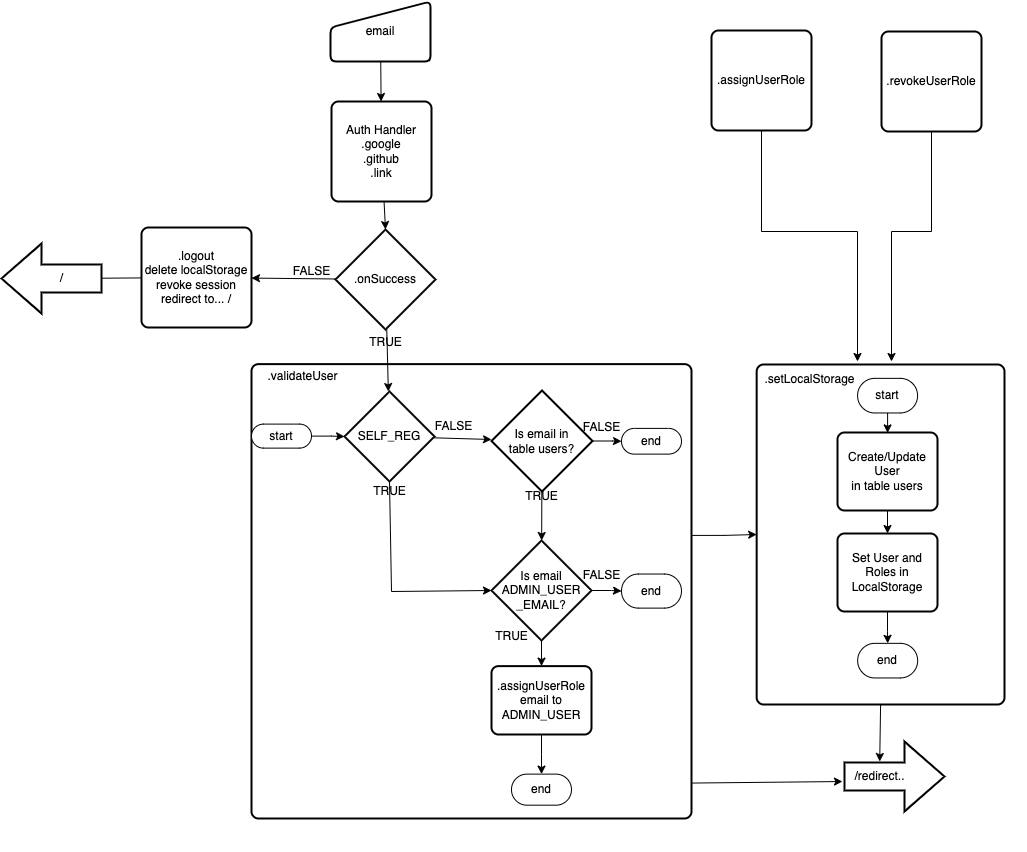
Earlier version of the draw.io export assets/Auth Flows-Auth Process Flow.drawio.png (ctdh/sst-sveltekit-starter). Source tidied: cells renumbered, new cells last; positions are measured from the earlier drawing's top-left corner, leaving out a move shared by most shapes.
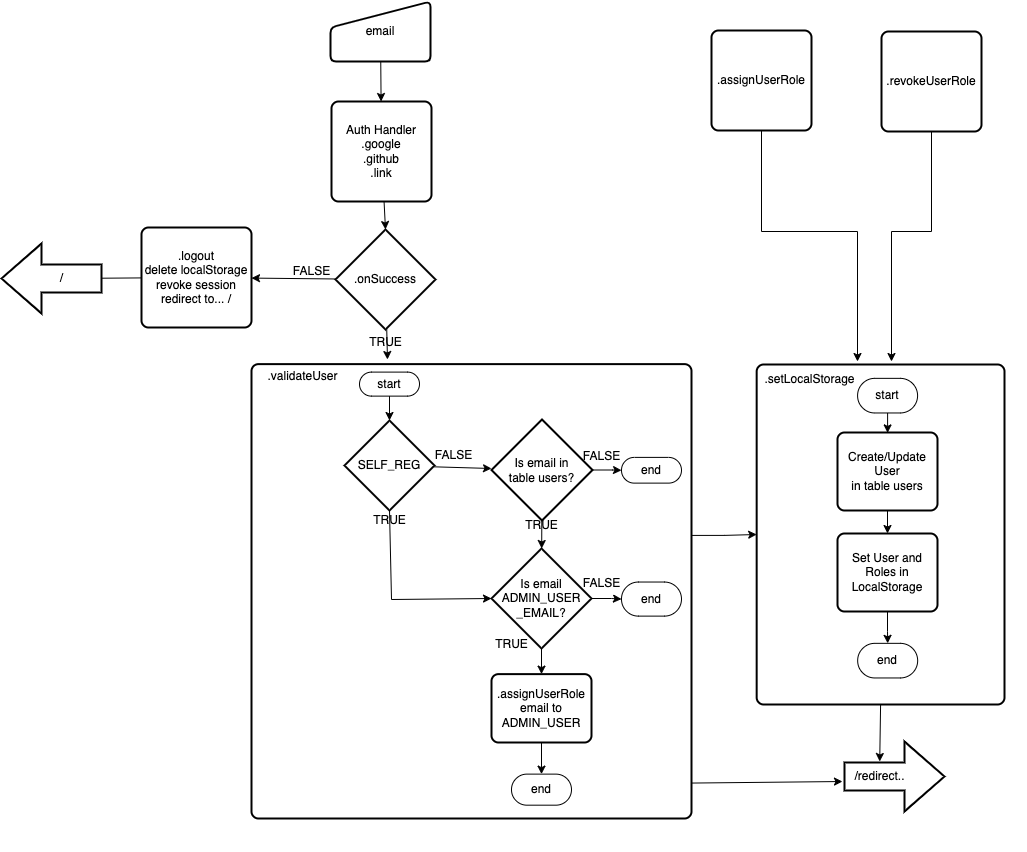
The same diagram one commit later.

Commit message:
chore: update auth flows with assign revoke

Diff of the diagram source:
```diff
@@ -30,37 +30,37 @@
       <mxGeometry x="6" y="17" width="90" height="30" as="geometry" />
     </mxCell>
     <mxCell id="11" value="TRUE" style="text;html=1;align=center;verticalAlign=middle;strokeColor=none;fillColor=none;" parent="8" vertex="1">
-      <mxGeometry x="230" y="277.4" width="60" height="30" as="geometry" />
+      <mxGeometry x="230" y="285.4" width="60" height="30" as="geometry" />
     </mxCell>
     <mxCell id="12" value="end" style="html=1;dashed=0;whiteSpace=wrap;shape=mxgraph.dfd.start;" parent="8" vertex="1">
-      <mxGeometry x="370" y="229.9" width="60" height="34.1" as="geometry" />
+      <mxGeometry x="370" y="237.9" width="60" height="34.1" as="geometry" />
     </mxCell>
     <mxCell id="13" value="end" style="html=1;dashed=0;whiteSpace=wrap;shape=mxgraph.dfd.start;" parent="8" vertex="1">
-      <mxGeometry x="370" y="84.3" width="60" height="25.7" as="geometry" />
+      <mxGeometry x="370" y="113.3" width="60" height="25.7" as="geometry" />
     </mxCell>
     <mxCell id="14" value="FALSE" style="text;html=1;align=center;verticalAlign=middle;strokeColor=none;fillColor=none;" parent="8" vertex="1">
-      <mxGeometry x="320" y="216.4" width="60" height="30" as="geometry" />
+      <mxGeometry x="320" y="224.4" width="60" height="30" as="geometry" />
     </mxCell>
     <mxCell id="15" value="end" style="html=1;dashed=0;whiteSpace=wrap;shape=mxgraph.dfd.start;" parent="8" vertex="1">
       <mxGeometry x="260" y="430" width="60" height="31.1" as="geometry" />
     </mxCell>
     <mxCell id="16" value="start" style="html=1;dashed=0;whiteSpace=wrap;shape=mxgraph.dfd.start;" parent="8" vertex="1">
-      <mxGeometry y="80" width="60" height="24" as="geometry" />
+      <mxGeometry x="108" y="28" width="60" height="24" as="geometry" />
     </mxCell>
     <mxCell id="17" value="FALSE" style="text;html=1;align=center;verticalAlign=middle;strokeColor=none;fillColor=none;" parent="8" vertex="1">
-      <mxGeometry x="320" y="68.3" width="60" height="30" as="geometry" />
+      <mxGeometry x="320" y="97.3" width="60" height="30" as="geometry" />
     </mxCell>
     <mxCell id="18" style="edgeStyle=orthogonalEdgeStyle;rounded=0;jettySize=auto;html=1;" parent="8" edge="1" source="19" target="15">
       <mxGeometry relative="1" as="geometry" />
     </mxCell>
     <mxCell id="19" value=".assignUserRole&lt;br&gt;email to&lt;br&gt;ADMIN_USER" style="rounded=1;whiteSpace=wrap;html=1;absoluteArcSize=1;arcSize=14;strokeWidth=2;" parent="8" vertex="1">
-      <mxGeometry x="240" y="322" width="100" height="68.4" as="geometry" />
+      <mxGeometry x="240" y="330" width="100" height="68.4" as="geometry" />
     </mxCell>
     <mxCell id="20" value="TRUE" style="text;html=1;align=center;verticalAlign=middle;strokeColor=none;fillColor=none;" parent="8" vertex="1">
-      <mxGeometry x="260" y="137.4" width="60" height="30" as="geometry" />
+      <mxGeometry x="260" y="166.4" width="60" height="30" as="geometry" />
     </mxCell>
     <mxCell id="21" value="TRUE" style="text;html=1;align=center;verticalAlign=middle;strokeColor=none;fillColor=none;" parent="8" vertex="1">
-      <mxGeometry x="108" y="132.4" width="60" height="30" as="geometry" />
+      <mxGeometry x="108" y="161.4" width="60" height="30" as="geometry" />
     </mxCell>
     <mxCell id="22" style="edgeStyle=none;rounded=0;jettySize=auto;html=1;" parent="1" edge="1" source="23" target="25">
       <mxGeometry relative="1" as="geometry" />
@@ -77,7 +77,7 @@
     <mxCell id="26" style="edgeStyle=none;rounded=0;jettySize=auto;html=1;" parent="1" edge="1" source="54" target="49">
       <mxGeometry relative="1" as="geometry" />
     </mxCell>
-    <mxCell id="27" style="edgeStyle=none;rounded=0;jettySize=auto;html=1;" parent="1" edge="1" source="28" target="30">
+    <mxCell id="27" style="edgeStyle=none;rounded=0;jettySize=auto;html=1;entryX=0.533;entryY=1.067;entryDx=0;entryDy=0;entryPerimeter=0;" parent="1" edge="1" source="28" target="31">
       <mxGeometry relative="1" as="geometry" />
     </mxCell>
     <mxCell id="28" value=".onSuccess" style="strokeWidth=2;html=1;shape=mxgraph.flowchart.decision;whiteSpace=wrap;" parent="1" vertex="1">
@@ -87,7 +87,7 @@
       <mxGeometry relative="1" as="geometry" />
     </mxCell>
     <mxCell id="30" value="SELF_REG" style="strokeWidth=2;html=1;shape=mxgraph.flowchart.decision;whiteSpace=wrap;" parent="1" vertex="1">
-      <mxGeometry x="343" y="390" width="90" height="90" as="geometry" />
+      <mxGeometry x="343" y="419" width="90" height="90" as="geometry" />
     </mxCell>
     <mxCell id="31" value="TRUE" style="text;html=1;align=center;verticalAlign=middle;points=[];strokeColor=none;fillColor=none;" parent="1" vertex="1">
       <mxGeometry x="354" y="326" width="60" height="30" as="geometry" />
@@ -102,7 +102,7 @@
       <mxGeometry relative="1" as="geometry" />
     </mxCell>
     <mxCell id="35" value="Is email&lt;br&gt;ADMIN_USER&lt;br&gt;_EMAIL?" style="strokeWidth=2;html=1;shape=mxgraph.flowchart.decision;whiteSpace=wrap;" parent="1" vertex="1">
-      <mxGeometry x="490" y="539" width="100" height="100" as="geometry" />
+      <mxGeometry x="490" y="547" width="100" height="100" as="geometry" />
     </mxCell>
     <mxCell id="36" style="edgeStyle=none;rounded=0;jettySize=auto;html=1;" parent="1" edge="1" source="38" target="35">
       <mxGeometry relative="1" as="geometry" />
@@ -111,17 +111,17 @@
       <mxGeometry relative="1" as="geometry" />
     </mxCell>
     <mxCell id="38" value="Is email in&lt;br&gt;table users?" style="strokeWidth=2;html=1;shape=mxgraph.flowchart.decision;whiteSpace=wrap;" parent="1" vertex="1">
-      <mxGeometry x="490" y="389" width="101" height="101" as="geometry" />
+      <mxGeometry x="490" y="418" width="101" height="101" as="geometry" />
     </mxCell>
     <mxCell id="39" style="edgeStyle=none;rounded=0;jettySize=auto;html=1;entryX=0;entryY=0.5;entryDx=0;entryDy=0;entryPerimeter=0;exitX=0.5;exitY=1;exitDx=0;exitDy=0;exitPerimeter=0;" parent="1" edge="1" source="30" target="35">
       <mxGeometry relative="1" as="geometry">
         <Array as="points">
-          <mxPoint x="390" y="590" />
+          <mxPoint x="390" y="598" />
         </Array>
       </mxGeometry>
     </mxCell>
     <mxCell id="40" value="FALSE" style="text;html=1;align=center;verticalAlign=middle;strokeColor=none;fillColor=none;" parent="1" vertex="1">
-      <mxGeometry x="422" y="410" width="60" height="30" as="geometry" />
+      <mxGeometry x="422" y="439" width="60" height="30" as="geometry" />
     </mxCell>
     <mxCell id="41" style="edgeStyle=none;rounded=0;jettySize=auto;html=1;" parent="1" edge="1" source="42" target="52">
       <mxGeometry relative="1" as="geometry" />
```
